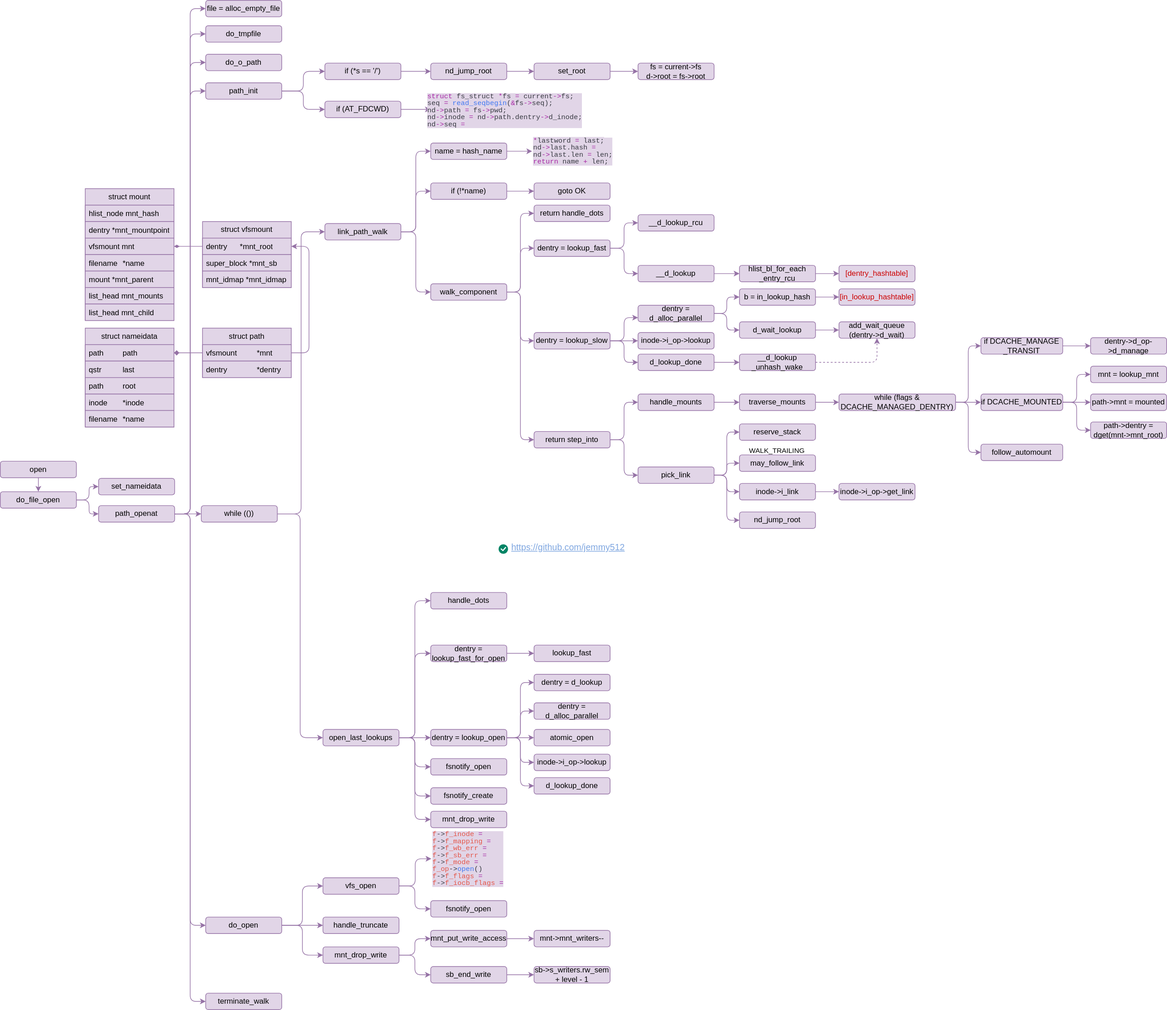
Earlier version of the draw.io export images/kernel/file-open.drawio.svg (jemmy512/book-notes). Source tidied: cells renumbered, new cells last; positions are measured from the earlier drawing's top-left corner, leaving out a move shared by most shapes.
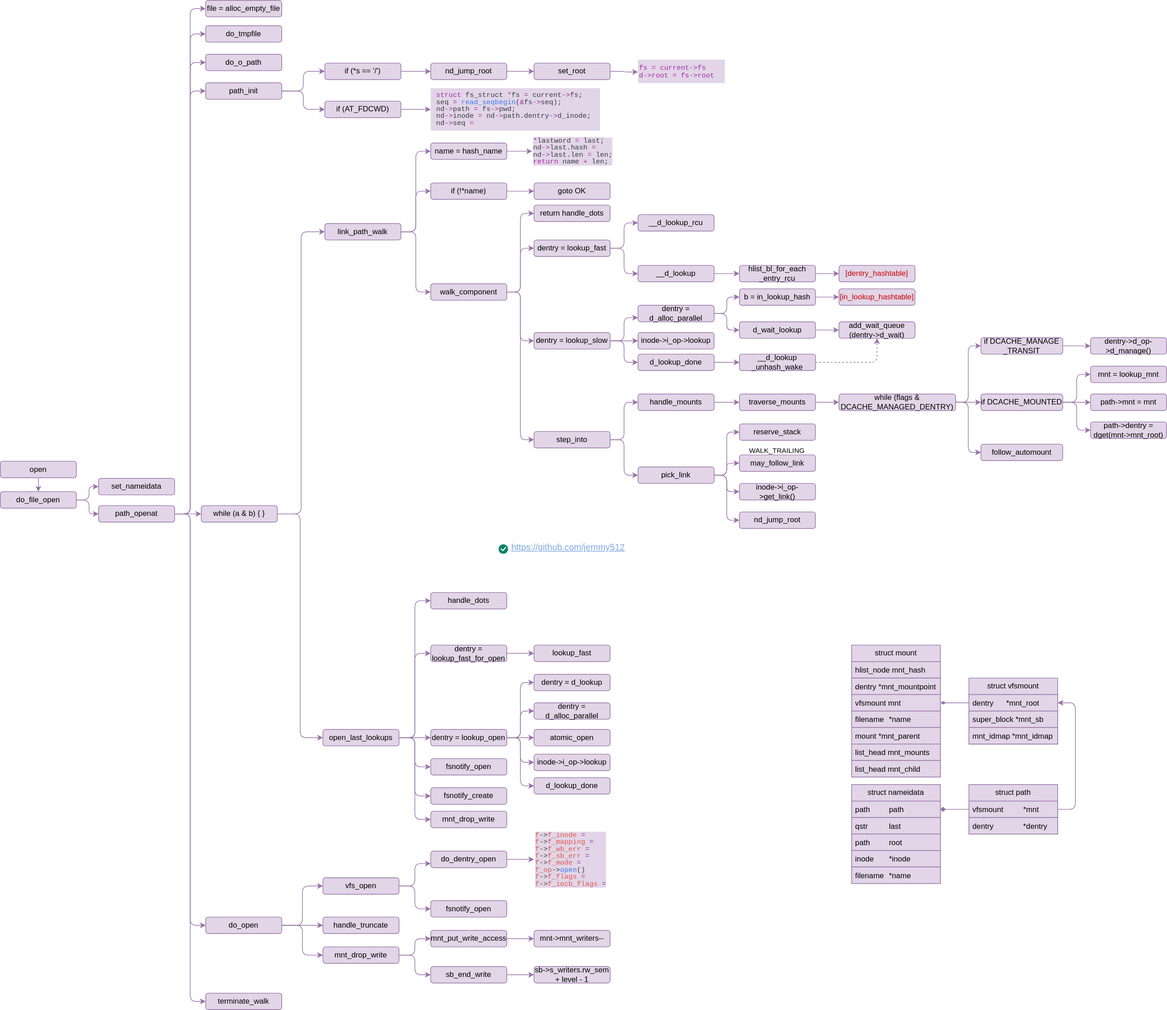
Later version of the same file.

What changed in the source:
```diff
@@ -5,3 +5,3 @@
     <mxCell id="2" value="struct nameidata" style="swimlane;fontStyle=0;horizontal=1;startSize=26;fillColor=#e1d5e7;whiteSpace=wrap;html=1;strokeColor=#9673a6;" parent="1" vertex="1">
-      <mxGeometry x="134" y="517" width="140" height="156" as="geometry" />
+      <mxGeometry x="1343" y="1237" width="140" height="156" as="geometry" />
     </mxCell>
@@ -79,3 +79,3 @@
     </mxCell>
-    <mxCell id="27" value="while (())" style="rounded=1;whiteSpace=wrap;html=1;a;fillColor=#e1d5e7;strokeColor=#9673a6;" parent="1" vertex="1">
+    <mxCell id="27" value="while (a &amp;amp; b) { }" style="rounded=1;whiteSpace=wrap;html=1;a;fillColor=#e1d5e7;strokeColor=#9673a6;" parent="1" vertex="1">
       <mxGeometry x="317" y="797" width="120" height="26" as="geometry" />
@@ -184,3 +184,3 @@
     </mxCell>
-    <mxCell id="62" value="return step_into" style="rounded=1;whiteSpace=wrap;html=1;a;fillColor=#e1d5e7;strokeColor=#9673a6;" parent="1" vertex="1">
+    <mxCell id="62" value="step_into" style="rounded=1;whiteSpace=wrap;html=1;a;fillColor=#e1d5e7;strokeColor=#9673a6;" parent="1" vertex="1">
       <mxGeometry x="842" y="680" width="120" height="26" as="geometry" />
@@ -277,3 +277,3 @@
     </mxCell>
-    <mxCell id="93" value="dentry-&amp;gt;d_op-&amp;gt;d_manage" style="rounded=1;whiteSpace=wrap;html=1;a;fillColor=#e1d5e7;strokeColor=#9673a6;" parent="1" vertex="1">
+    <mxCell id="93" value="dentry-&amp;gt;d_op-&amp;gt;d_manage()" style="rounded=1;whiteSpace=wrap;html=1;a;fillColor=#e1d5e7;strokeColor=#9673a6;" parent="1" vertex="1">
       <mxGeometry x="1720" y="532" width="120" height="26" as="geometry" />
@@ -301,3 +301,3 @@
     </mxCell>
-    <mxCell id="101" value="path-&amp;gt;mnt = mounted" style="rounded=1;whiteSpace=wrap;html=1;a;fillColor=#e1d5e7;strokeColor=#9673a6;" parent="1" vertex="1">
+    <mxCell id="101" value="path-&amp;gt;mnt = mnt" style="rounded=1;whiteSpace=wrap;html=1;a;fillColor=#e1d5e7;strokeColor=#9673a6;" parent="1" vertex="1">
       <mxGeometry x="1720" y="621" width="120" height="26" as="geometry" />
@@ -319,6 +319,3 @@
     </mxCell>
-    <mxCell id="107" style="edgeStyle=orthogonalEdgeStyle;curved=0;rounded=1;jettySize=auto;html=1;strokeColor=#9673a6;align=center;verticalAlign=middle;fontFamily=Helvetica;fontSize=11;fontColor=default;labelBackgroundColor=default;endArrow=classic;fillColor=#e1d5e7;" parent="1" edge="1" source="108" target="110">
-      <mxGeometry relative="1" as="geometry" />
-    </mxCell>
-    <mxCell id="108" value="inode-&amp;gt;i_link" style="rounded=1;whiteSpace=wrap;html=1;a;fillColor=#e1d5e7;strokeColor=#9673a6;" parent="1" vertex="1">
+    <mxCell id="108" value="inode-&amp;gt;i_op-&amp;gt;get_link()" style="rounded=1;whiteSpace=wrap;html=1;a;fillColor=#e1d5e7;strokeColor=#9673a6;" parent="1" vertex="1">
       <mxGeometry x="1166" y="762" width="120" height="26" as="geometry" />
@@ -328,5 +325,2 @@
     </mxCell>
-    <mxCell id="110" value="inode-&amp;gt;i_op-&amp;gt;get_link" style="rounded=1;whiteSpace=wrap;html=1;a;fillColor=#e1d5e7;strokeColor=#9673a6;" parent="1" vertex="1">
-      <mxGeometry x="1323" y="762" width="120" height="26" as="geometry" />
-    </mxCell>
     <mxCell id="111" value="handle_dots" style="rounded=1;whiteSpace=wrap;html=1;a;fillColor=#e1d5e7;strokeColor=#9673a6;" parent="1" vertex="1">
@@ -385,3 +379,3 @@
     </mxCell>
-    <mxCell id="129" style="edgeStyle=orthogonalEdgeStyle;curved=0;rounded=1;jettySize=auto;html=1;strokeColor=#9673a6;align=center;verticalAlign=middle;fontFamily=Helvetica;fontSize=11;fontColor=default;labelBackgroundColor=default;endArrow=classic;fillColor=#e1d5e7;" parent="1" edge="1" source="131" target="154">
+    <mxCell id="129" style="edgeStyle=orthogonalEdgeStyle;curved=0;rounded=1;jettySize=auto;html=1;strokeColor=#9673a6;align=center;verticalAlign=middle;fontFamily=Helvetica;fontSize=11;fontColor=default;labelBackgroundColor=default;endArrow=classic;fillColor=#e1d5e7;exitX=1;exitY=0.5;exitDx=0;exitDy=0;" parent="1" edge="1" source="185" target="154">
       <mxGeometry relative="1" as="geometry" />
@@ -391,2 +385,5 @@
     </mxCell>
+    <mxCell id="184" style="edgeStyle=orthogonalEdgeStyle;curved=0;rounded=1;jettySize=auto;html=1;entryX=0;entryY=0.75;entryDx=0;entryDy=0;strokeColor=#9673a6;align=center;verticalAlign=middle;fontFamily=Helvetica;fontSize=11;fontColor=default;labelBackgroundColor=default;endArrow=classic;fillColor=#e1d5e7;" parent="1" edge="1" source="131" target="185">
+      <mxGeometry relative="1" as="geometry" />
+    </mxCell>
     <mxCell id="131" value="vfs_open" style="rounded=1;whiteSpace=wrap;html=1;a;fillColor=#e1d5e7;strokeColor=#9673a6;" parent="1" vertex="1">
@@ -425,3 +422,3 @@
     <mxCell id="142" value="struct path" style="swimlane;fontStyle=0;horizontal=1;startSize=26;fillColor=#e1d5e7;whiteSpace=wrap;html=1;strokeColor=#9673a6;" parent="1" vertex="1">
-      <mxGeometry x="319" y="517" width="140" height="78" as="geometry" />
+      <mxGeometry x="1528" y="1237" width="140" height="78" as="geometry" />
     </mxCell>
@@ -437,3 +434,3 @@
     <mxCell id="146" value="struct vfsmount" style="swimlane;fontStyle=0;horizontal=1;startSize=26;fillColor=#e1d5e7;whiteSpace=wrap;html=1;strokeColor=#9673a6;" parent="1" vertex="1">
-      <mxGeometry x="319" y="349" width="140" height="104" as="geometry" />
+      <mxGeometry x="1528" y="1069" width="140" height="104" as="geometry" />
     </mxCell>
@@ -451,4 +448,4 @@
         <Array as="points">
-          <mxPoint x="487" y="556" />
-          <mxPoint x="487" y="388" />
+          <mxPoint x="1696" y="1276" />
+          <mxPoint x="1696" y="1108" />
         </Array>
@@ -466,3 +463,3 @@
     <mxCell id="154" value="&lt;div style=&quot;color: rgb(56, 58, 66); font-family: Courier, Consolas, &amp;quot;Courier New&amp;quot;, monospace; line-height: 100%; white-space-collapse: preserve;&quot;&gt;&lt;div style=&quot;line-height: 100%;&quot;&gt;&lt;span style=&quot;color: #e45649;&quot;&gt;f&lt;/span&gt;-&amp;gt;&lt;span style=&quot;color: #e45649;&quot;&gt;f_inode&lt;/span&gt; &lt;span style=&quot;color: #a626a4;&quot;&gt;=&lt;/span&gt;&lt;/div&gt;&lt;div style=&quot;line-height: 100%;&quot;&gt;&lt;span style=&quot;color: #e45649;&quot;&gt;f&lt;/span&gt;-&amp;gt;&lt;span style=&quot;color: #e45649;&quot;&gt;f_mapping&lt;/span&gt; &lt;span style=&quot;color: #a626a4;&quot;&gt;=&lt;/span&gt;&lt;/div&gt;&lt;div style=&quot;line-height: 100%;&quot;&gt;&lt;span style=&quot;color: #e45649;&quot;&gt;f&lt;/span&gt;-&amp;gt;&lt;span style=&quot;color: #e45649;&quot;&gt;f_wb_err&lt;/span&gt; &lt;span style=&quot;color: #a626a4;&quot;&gt;=&lt;/span&gt;&lt;/div&gt;&lt;div style=&quot;line-height: 100%;&quot;&gt;&lt;span style=&quot;color: #e45649;&quot;&gt;f&lt;/span&gt;-&amp;gt;&lt;span style=&quot;color: #e45649;&quot;&gt;f_sb_err&lt;/span&gt; &lt;span style=&quot;color: #a626a4;&quot;&gt;=&lt;/span&gt;&lt;/div&gt;&lt;div style=&quot;line-height: 100%;&quot;&gt;&lt;span style=&quot;color: #e45649;&quot;&gt;f&lt;/span&gt;-&amp;gt;&lt;span style=&quot;color: #e45649;&quot;&gt;f_mode&lt;/span&gt; &lt;span style=&quot;color: #a626a4;&quot;&gt;=&lt;/span&gt;&lt;/div&gt;&lt;div style=&quot;line-height: 100%;&quot;&gt;&lt;span style=&quot;color: #e45649;&quot;&gt;f_op&lt;/span&gt;-&amp;gt;&lt;span style=&quot;color: #4078f2;&quot;&gt;open&lt;/span&gt;()&lt;/div&gt;&lt;div style=&quot;line-height: 100%;&quot;&gt;&lt;span style=&quot;color: #e45649;&quot;&gt;f&lt;/span&gt;-&amp;gt;&lt;span style=&quot;color: #e45649;&quot;&gt;f_flags&lt;/span&gt; &lt;span style=&quot;color: #a626a4;&quot;&gt;=&lt;/span&gt;&lt;/div&gt;&lt;div style=&quot;line-height: 100%;&quot;&gt;&lt;span style=&quot;color: #e45649;&quot;&gt;f&lt;/span&gt;-&amp;gt;&lt;span style=&quot;color: #e45649;&quot;&gt;f_iocb_flags&lt;/span&gt; &lt;span style=&quot;color: #a626a4;&quot;&gt;=&lt;/span&gt;&lt;/div&gt;&lt;/div&gt;" style="text;html=1;align=left;verticalAlign=middle;points=[];strokeColor=none;fillColor=none;fontFamily=Helvetica;fontSize=11;fontColor=default;labelBackgroundColor=#E1D5E7;" parent="1" vertex="1">
-      <mxGeometry x="680" y="1304" width="130" height="100" as="geometry" />
+      <mxGeometry x="842" y="1305" width="130" height="100" as="geometry" />
     </mxCell>
@@ -477,6 +474,4 @@
     </mxCell>
-    <mxCell id="158" style="edgeStyle=orthogonalEdgeStyle;curved=0;rounded=1;jettySize=auto;html=1;strokeColor=#9673a6;align=center;verticalAlign=middle;fontFamily=Helvetica;fontSize=11;fontColor=default;labelBackgroundColor=default;endArrow=classic;fillColor=#e1d5e7;" parent="1" edge="1" source="159">
-      <mxGeometry relative="1" as="geometry">
-        <mxPoint x="679" y="172" as="targetPoint" />
-      </mxGeometry>
+    <mxCell id="158" style="edgeStyle=orthogonalEdgeStyle;curved=0;rounded=1;jettySize=auto;html=1;strokeColor=#9673a6;align=center;verticalAlign=middle;fontFamily=Helvetica;fontSize=11;fontColor=default;labelBackgroundColor=default;endArrow=classic;fillColor=#e1d5e7;" parent="1" edge="1" source="159" target="162">
+      <mxGeometry relative="1" as="geometry" />
     </mxCell>
@@ -491,7 +486,12 @@
     </mxCell>
-    <mxCell id="162" value="&lt;div style=&quot;color: rgb(56, 58, 66); font-family: Courier, Consolas, &amp;quot;Courier New&amp;quot;, monospace; line-height: 100%; white-space-collapse: preserve;&quot;&gt;&lt;div style=&quot;line-height: 100%;&quot;&gt;&lt;span style=&quot;color: #a626a4;&quot;&gt;struct&lt;/span&gt; fs_struct &lt;span style=&quot;color: #a626a4;&quot;&gt;*&lt;/span&gt;fs &lt;span style=&quot;color: #a626a4;&quot;&gt;=&lt;/span&gt; current&lt;span style=&quot;color: #a626a4;&quot;&gt;-&amp;gt;&lt;/span&gt;fs;&lt;/div&gt;&lt;div style=&quot;line-height: 100%;&quot;&gt;seq &lt;span style=&quot;color: #a626a4;&quot;&gt;=&lt;/span&gt; &lt;span style=&quot;color: #4078f2;&quot;&gt;read_seqbegin&lt;/span&gt;(&lt;span style=&quot;color: #a626a4;&quot;&gt;&amp;amp;&lt;/span&gt;fs&lt;span style=&quot;color: #a626a4;&quot;&gt;-&amp;gt;&lt;/span&gt;seq);&lt;/div&gt;&lt;div style=&quot;line-height: 100%;&quot;&gt;nd&lt;span style=&quot;color: #a626a4;&quot;&gt;-&amp;gt;&lt;/span&gt;path &lt;span style=&quot;color: #a626a4;&quot;&gt;=&lt;/span&gt; fs&lt;span style=&quot;color: #a626a4;&quot;&gt;-&amp;gt;&lt;/span&gt;pwd;&lt;/div&gt;&lt;div style=&quot;line-height: 100%;&quot;&gt;nd&lt;span style=&quot;color: #a626a4;&quot;&gt;-&amp;gt;&lt;/span&gt;inode &lt;span style=&quot;color: #a626a4;&quot;&gt;=&lt;/span&gt; nd&lt;span style=&quot;color: #a626a4;&quot;&gt;-&amp;gt;&lt;/span&gt;path.dentry&lt;span style=&quot;color: #a626a4;&quot;&gt;-&amp;gt;&lt;/span&gt;d_inode;&lt;/div&gt;&lt;div style=&quot;line-height: 100%;&quot;&gt;nd&lt;span style=&quot;color: #a626a4;&quot;&gt;-&amp;gt;&lt;/span&gt;seq &lt;span style=&quot;color: #a626a4;&quot;&gt;=&lt;/span&gt; &lt;/div&gt;&lt;/div&gt;" style="text;html=1;align=left;verticalAlign=middle;points=[];strokeColor=none;fillColor=none;fontFamily=Helvetica;fontSize=11;fontColor=default;labelBackgroundColor=#E1D5E7;" parent="1" vertex="1">
-      <mxGeometry x="672" y="140.5" width="262" height="67" as="geometry" />
+    <mxCell id="162" value="&lt;div style=&quot;color: rgb(56, 58, 66); font-family: Courier, Consolas, &amp;quot;Courier New&amp;quot;, monospace; line-height: 100%; white-space-collapse: preserve;&quot;&gt;&lt;div style=&quot;line-height: 100%;&quot;&gt;&lt;span style=&quot;color: #a626a4;&quot;&gt;struct&lt;/span&gt; fs_struct &lt;span style=&quot;color: #a626a4;&quot;&gt;*&lt;/span&gt;fs &lt;span style=&quot;color: #a626a4;&quot;&gt;=&lt;/span&gt; current&lt;span style=&quot;color: #a626a4;&quot;&gt;-&amp;gt;&lt;/span&gt;fs;&lt;/div&gt;&lt;div style=&quot;line-height: 100%;&quot;&gt;seq &lt;span style=&quot;color: #a626a4;&quot;&gt;=&lt;/span&gt; &lt;span style=&quot;color: #4078f2;&quot;&gt;read_seqbegin&lt;/span&gt;(&lt;span style=&quot;color: #a626a4;&quot;&gt;&amp;amp;&lt;/span&gt;fs&lt;span style=&quot;color: #a626a4;&quot;&gt;-&amp;gt;&lt;/span&gt;seq);&lt;/div&gt;&lt;div style=&quot;line-height: 100%;&quot;&gt;nd&lt;span style=&quot;color: #a626a4;&quot;&gt;-&amp;gt;&lt;/span&gt;path &lt;span style=&quot;color: #a626a4;&quot;&gt;=&lt;/span&gt; fs&lt;span style=&quot;color: #a626a4;&quot;&gt;-&amp;gt;&lt;/span&gt;pwd;&lt;/div&gt;&lt;div style=&quot;line-height: 100%;&quot;&gt;nd&lt;span style=&quot;color: #a626a4;&quot;&gt;-&amp;gt;&lt;/span&gt;inode &lt;span style=&quot;color: #a626a4;&quot;&gt;=&lt;/span&gt; nd&lt;span style=&quot;color: #a626a4;&quot;&gt;-&amp;gt;&lt;/span&gt;path.dentry&lt;span style=&quot;color: #a626a4;&quot;&gt;-&amp;gt;&lt;/span&gt;d_inode;&lt;/div&gt;&lt;div style=&quot;line-height: 100%;&quot;&gt;nd&lt;span style=&quot;color: #a626a4;&quot;&gt;-&amp;gt;&lt;/span&gt;seq &lt;span style=&quot;color: #a626a4;&quot;&gt;=&lt;/span&gt; &lt;/div&gt;&lt;/div&gt;" style="text;html=1;align=left;verticalAlign=middle;points=[];strokeColor=none;fillColor=#e1d5e7;fontFamily=Helvetica;fontSize=11;labelBackgroundColor=#E1D5E7;spacingLeft=7;" parent="1" vertex="1">
+      <mxGeometry x="679" y="138.5" width="267" height="67" as="geometry" />
     </mxCell>
     <mxCell id="163" style="edgeStyle=orthogonalEdgeStyle;curved=0;rounded=1;jettySize=auto;html=1;strokeColor=#9673a6;align=center;verticalAlign=middle;fontFamily=Helvetica;fontSize=11;fontColor=default;labelBackgroundColor=default;endArrow=classic;fillColor=#e1d5e7;" parent="1" edge="1" source="164" target="165">
-      <mxGeometry relative="1" as="geometry" />
+      <mxGeometry relative="1" as="geometry">
+        <Array as="points">
+          <mxPoint x="984" y="112" />
+          <mxPoint x="1144" y="113" />
+        </Array>
+      </mxGeometry>
     </mxCell>
@@ -500,5 +500,2 @@
     </mxCell>
-    <mxCell id="165" value="fs = current-&amp;gt;fs&lt;br&gt;d-&amp;gt;root = fs-&amp;gt;root" style="rounded=1;whiteSpace=wrap;html=1;a;fillColor=#e1d5e7;strokeColor=#9673a6;" parent="1" vertex="1">
-      <mxGeometry x="1006" y="99" width="120" height="26" as="geometry" />
-    </mxCell>
     <mxCell id="166" value="add_wait_queue&lt;br&gt;(dentry-&amp;gt;d_wait)" style="rounded=1;whiteSpace=wrap;html=1;a;fillColor=#e1d5e7;strokeColor=#9673a6;" parent="1" vertex="1">
@@ -531,3 +528,3 @@
     <mxCell id="175" value="struct mount" style="swimlane;fontStyle=0;horizontal=1;startSize=26;fillColor=#e1d5e7;whiteSpace=wrap;html=1;strokeColor=#9673a6;" parent="1" vertex="1">
-      <mxGeometry x="134" y="297" width="140" height="208" as="geometry" />
+      <mxGeometry x="1343" y="1017" width="140" height="208" as="geometry" />
     </mxCell>
@@ -557,2 +554,8 @@
     </mxCell>
+    <mxCell id="185" value="do_dentry_open" style="rounded=1;whiteSpace=wrap;html=1;a;fillColor=#e1d5e7;strokeColor=#9673a6;" parent="1" vertex="1">
+      <mxGeometry x="679" y="1342" width="120" height="26" as="geometry" />
+    </mxCell>
+    <mxCell id="165" value="&lt;div style=&quot;line-height: 100%;&quot;&gt;&lt;div style=&quot;line-height: 100%;&quot;&gt;&lt;div style=&quot;line-height: 100%;&quot;&gt;&lt;div style=&quot;line-height: 100%;&quot;&gt;&lt;font face=&quot;Courier, Consolas, Courier New, monospace&quot; color=&quot;#a626a4&quot;&gt;&lt;span style=&quot;white-space-collapse: preserve;&quot;&gt;fs = current-&amp;gt;fs&lt;br/&gt;d-&amp;gt;root = fs-&amp;gt;root&lt;/span&gt;&lt;/font&gt;&lt;br&gt;&lt;/div&gt;&lt;/div&gt;&lt;/div&gt;&lt;/div&gt;" style="text;html=1;align=left;verticalAlign=middle;points=[];strokeColor=none;fillColor=#e1d5e7;fontFamily=Helvetica;fontSize=11;labelBackgroundColor=#E1D5E7;" parent="1" vertex="1">
+      <mxGeometry x="1006" y="93.5" width="137" height="37" as="geometry" />
+    </mxCell>
   </root>
```
